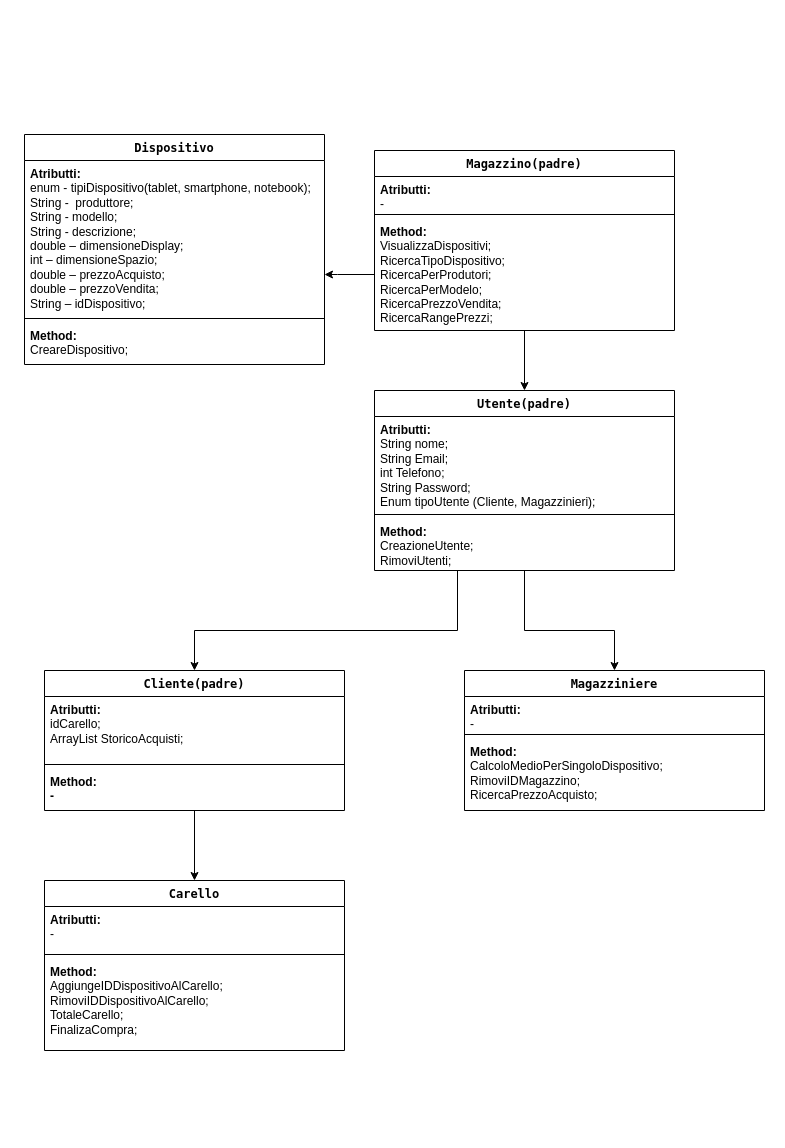
This is Diagramma senza titolo.drawio from dudinhab/progetto2-team3Develhope, a draw.io file, before an edit. Source tidied: cells renumbered, new cells numbered last; positions are measured from the earlier drawing's top-left corner, leaving out a move shared by most shapes. Both pictures are drawn from the tidied source at 100%, with x=0, y=0 at pixel (24, 134).
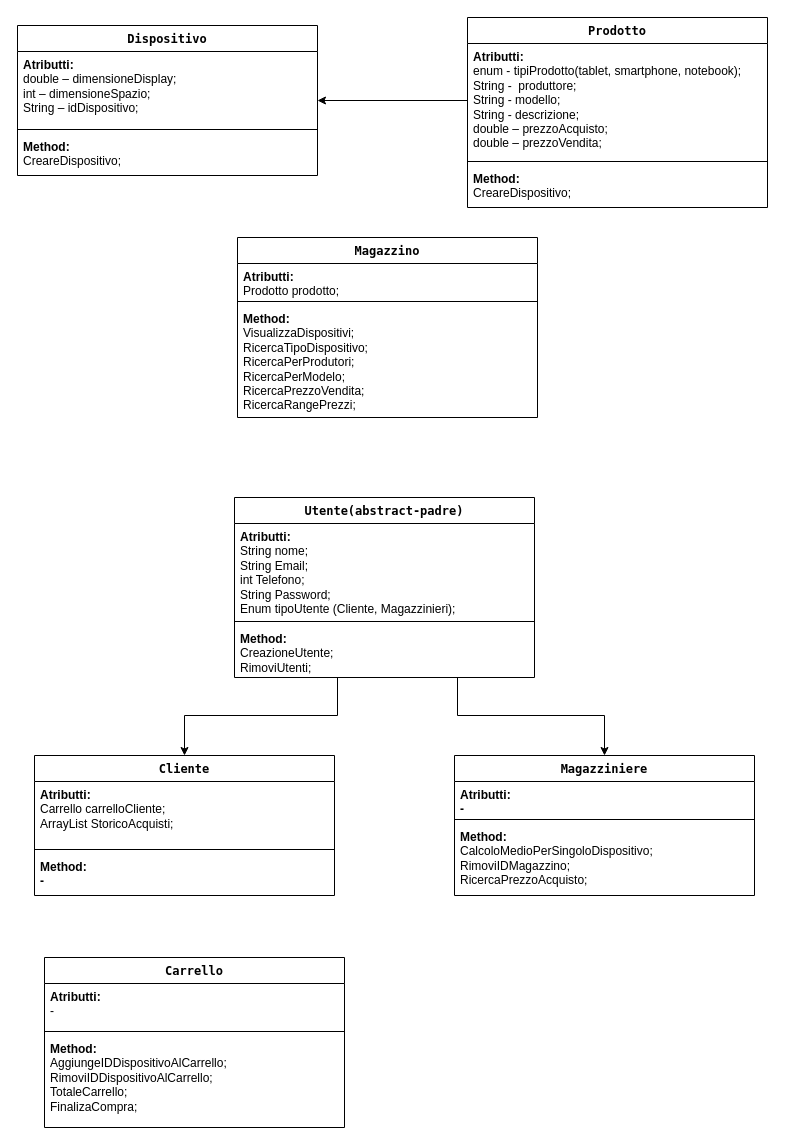
Above is the later version.

The change refers to these unchanged cells:
```xml
<mxCell id="6" value="&lt;b&gt;Method:&amp;nbsp;&lt;/b&gt;&lt;div&gt;VisualizzaDispositivi;&amp;nbsp;&lt;br&gt;RicercaTipoDispositivo;&amp;nbsp;&lt;br&gt;RicercaPerProdutori;&amp;nbsp;&lt;br&gt;RicercaPerModelo;&amp;nbsp;&lt;br&gt;RicercaPrezzoVendita;&lt;br&gt;RicercaRangePrezzi;&amp;nbsp;&lt;br&gt;&lt;/div&gt;" style="text;strokeColor=none;fillColor=none;align=left;verticalAlign=top;spacingLeft=4;spacingRight=4;overflow=hidden;points=[[0,0.5],[1,0.5]];portConstraint=eastwest;whiteSpace=wrap;html=1;" parent="3" vertex="1">
  <mxGeometry y="68" width="300" height="112" as="geometry" />
</mxCell>
```

The edit, as a diff of the source:
```diff
@@
-    <mxCell id="2" style="edgeStyle=orthogonalEdgeStyle;rounded=0;jettySize=auto;html=1;" parent="1" edge="1" source="3" target="17">
-      <mxGeometry relative="1" as="geometry" />
-    </mxCell>
-    <mxCell id="3" value="&lt;font face=&quot;Lucida Console&quot;&gt;Magazzino(&lt;/font&gt;&lt;span style=&quot;font-family: &amp;quot;Lucida Console&amp;quot;;&quot;&gt;padre)&lt;/span&gt;" style="swimlane;fontStyle=1;align=center;verticalAlign=top;horizontal=1;startSize=26;whiteSpace=wrap;html=1;" parent="1" vertex="1">
-      <mxGeometry x="350" y="16" width="300" height="180" as="geometry" />
+    <mxCell id="3" value="&lt;font face=&quot;Lucida Console&quot;&gt;Magazzino&lt;/font&gt;" style="swimlane;fontStyle=1;align=center;verticalAlign=top;horizontal=1;startSize=26;whiteSpace=wrap;html=1;" parent="1" vertex="1">
+      <mxGeometry x="213" y="103" width="300" height="180" as="geometry" />
     </mxCell>
-    <mxCell id="4" value="&lt;b&gt;Atributti:&lt;/b&gt;&lt;div&gt;-&lt;/div&gt;" style="text;strokeColor=none;fillColor=none;align=left;verticalAlign=top;spacingLeft=4;spacingRight=4;overflow=hidden;whiteSpace=wrap;html=1;" parent="3" vertex="1">
+    <mxCell id="4" value="&lt;b&gt;Atributti:&lt;/b&gt;&lt;div&gt;Prodotto prodotto;&lt;/div&gt;" style="text;strokeColor=none;fillColor=none;align=left;verticalAlign=top;spacingLeft=4;spacingRight=4;overflow=hidden;whiteSpace=wrap;html=1;" parent="3" vertex="1">
       <mxGeometry y="26" width="300" height="34" as="geometry" />
     </mxCell>
@@
     <mxCell id="7" value="&lt;font face=&quot;Lucida Console&quot;&gt;Dispositivo&lt;/font&gt;" style="swimlane;fontStyle=1;align=center;verticalAlign=top;horizontal=1;startSize=26;whiteSpace=wrap;html=1;" parent="1" vertex="1">
-      <mxGeometry width="300" height="230" as="geometry" />
+      <mxGeometry x="-7" y="-109" width="300" height="150" as="geometry" />
     </mxCell>
-    <mxCell id="8" value="&lt;b&gt;Atributti:&lt;/b&gt;&lt;div&gt;&lt;div&gt;enum - tipiDispositivo(tablet, smartphone, notebook);&amp;nbsp;&lt;/div&gt;&lt;div&gt;&lt;span style=&quot;background-color: initial;&quot;&gt;String -&amp;nbsp; produttore;&amp;nbsp;&lt;/span&gt;&lt;/div&gt;&lt;div&gt;String - modello;&amp;nbsp;&lt;/div&gt;&lt;div&gt;String - descrizione;&amp;nbsp;&lt;/div&gt;&lt;div&gt;double – dimensioneDisplay;&amp;nbsp;&lt;/div&gt;&lt;div&gt;int – dimensioneSpazio;&amp;nbsp;&lt;/div&gt;&lt;div&gt;double – prezzoAcquisto;&amp;nbsp;&lt;/div&gt;&lt;div&gt;double – prezzoVendita;&amp;nbsp;&lt;/div&gt;&lt;div&gt;String – idDispositivo;&amp;nbsp;&lt;/div&gt;&lt;/div&gt;" style="text;strokeColor=none;fillColor=none;align=left;verticalAlign=top;spacingLeft=4;spacingRight=4;overflow=hidden;whiteSpace=wrap;html=1;" parent="7" vertex="1">
-      <mxGeometry y="26" width="300" height="154" as="geometry" />
+    <mxCell id="8" value="&lt;b&gt;Atributti:&lt;/b&gt;&lt;div&gt;&lt;div&gt;double – dimensioneDisplay;&amp;nbsp;&lt;/div&gt;&lt;div&gt;int – dimensioneSpazio;&lt;/div&gt;&lt;div&gt;&lt;span style=&quot;background-color: initial;&quot;&gt;String – idDispositivo;&lt;/span&gt;&amp;nbsp;&lt;/div&gt;&lt;/div&gt;" style="text;strokeColor=none;fillColor=none;align=left;verticalAlign=top;spacingLeft=4;spacingRight=4;overflow=hidden;whiteSpace=wrap;html=1;" parent="7" vertex="1">
+      <mxGeometry y="26" width="300" height="74" as="geometry" />
     </mxCell>
     <mxCell id="9" style="line;strokeWidth=1;fillColor=none;align=left;verticalAlign=middle;spacingTop=-1;spacingLeft=3;spacingRight=3;labelPosition=right;strokeColor=inherit;" parent="7" vertex="1">
-      <mxGeometry y="180" width="300" height="8" as="geometry" />
+      <mxGeometry y="100" width="300" height="8" as="geometry" />
     </mxCell>
     <mxCell id="10" value="&lt;b&gt;Method:&amp;nbsp;&lt;/b&gt;&lt;div&gt;CreareDispositivo;&amp;nbsp;&lt;br&gt;&lt;/div&gt;" style="text;strokeColor=none;fillColor=none;align=left;verticalAlign=top;spacingLeft=4;spacingRight=4;overflow=hidden;whiteSpace=wrap;html=1;" parent="7" vertex="1">
-      <mxGeometry y="188" width="300" height="42" as="geometry" />
+      <mxGeometry y="108" width="300" height="42" as="geometry" />
     </mxCell>
-    <mxCell id="11" value="&lt;font face=&quot;Lucida Console&quot;&gt;Carello&lt;/font&gt;" style="swimlane;fontStyle=1;align=center;verticalAlign=top;horizontal=1;startSize=26;whiteSpace=wrap;html=1;" parent="1" vertex="1">
-      <mxGeometry x="20" y="746" width="300" height="170" as="geometry" />
+    <mxCell id="11" value="&lt;font face=&quot;Lucida Console&quot;&gt;Carrello&lt;/font&gt;" style="swimlane;fontStyle=1;align=center;verticalAlign=top;horizontal=1;startSize=26;whiteSpace=wrap;html=1;" parent="1" vertex="1">
+      <mxGeometry x="20" y="823" width="300" height="170" as="geometry" />
     </mxCell>
@@
-    <mxCell id="14" value="&lt;b&gt;Method:&amp;nbsp;&lt;/b&gt;&lt;div&gt;&lt;div&gt;AggiungeIDDispositivoAlCarello;&lt;/div&gt;&lt;div&gt;RimoviIDDispositivoAlCarello;&amp;nbsp;&lt;/div&gt;&lt;div&gt;TotaleCarello;&amp;nbsp;&lt;/div&gt;&lt;div&gt;FinalizaCompra;&amp;nbsp;&lt;/div&gt;&lt;/div&gt;" style="text;strokeColor=none;fillColor=none;align=left;verticalAlign=top;spacingLeft=4;spacingRight=4;overflow=hidden;whiteSpace=wrap;html=1;" parent="11" vertex="1">
+    <mxCell id="14" value="&lt;b&gt;Method:&amp;nbsp;&lt;/b&gt;&lt;div&gt;&lt;div&gt;AggiungeIDDispositivoAlCarrello;&lt;/div&gt;&lt;div&gt;RimoviIDDispositivoAlCarrello;&amp;nbsp;&lt;/div&gt;&lt;div&gt;TotaleCarrello;&amp;nbsp;&lt;/div&gt;&lt;div&gt;FinalizaCompra;&amp;nbsp;&lt;/div&gt;&lt;/div&gt;" style="text;strokeColor=none;fillColor=none;align=left;verticalAlign=top;spacingLeft=4;spacingRight=4;overflow=hidden;whiteSpace=wrap;html=1;" parent="11" vertex="1">
       <mxGeometry y="78" width="300" height="92" as="geometry" />
     </mxCell>
     <mxCell id="15" style="edgeStyle=orthogonalEdgeStyle;rounded=0;jettySize=auto;html=1;" parent="1" edge="1" source="17" target="22">
       <mxGeometry relative="1" as="geometry">
         <Array as="points">
-          <mxPoint x="433" y="496" />
-          <mxPoint x="170" y="496" />
+          <mxPoint x="313" y="581" />
+          <mxPoint x="160" y="581" />
         </Array>
       </mxGeometry>
     </mxCell>
     <mxCell id="16" style="edgeStyle=orthogonalEdgeStyle;rounded=0;jettySize=auto;html=1;entryX=0.5;entryY=0;entryDx=0;entryDy=0;" parent="1" edge="1" source="17" target="26">
       <mxGeometry relative="1" as="geometry">
         <Array as="points">
-          <mxPoint x="500" y="496" />
-          <mxPoint x="590" y="496" />
+          <mxPoint x="433" y="581" />
+          <mxPoint x="580" y="581" />
         </Array>
       </mxGeometry>
     </mxCell>
-    <mxCell id="17" value="&lt;font face=&quot;Lucida Console&quot;&gt;Utente(padre)&lt;/font&gt;" style="swimlane;fontStyle=1;align=center;verticalAlign=top;horizontal=1;startSize=26;whiteSpace=wrap;html=1;" parent="1" vertex="1">
-      <mxGeometry x="350" y="256" width="300" height="180" as="geometry" />
+    <mxCell id="17" value="&lt;font face=&quot;Lucida Console&quot;&gt;Utente(abstract-padre)&lt;/font&gt;" style="swimlane;fontStyle=1;align=center;verticalAlign=top;horizontal=1;startSize=26;whiteSpace=wrap;html=1;" parent="1" vertex="1">
+      <mxGeometry x="210" y="363" width="300" height="180" as="geometry" />
     </mxCell>
@@
-    <mxCell id="21" style="edgeStyle=orthogonalEdgeStyle;rounded=0;jettySize=auto;html=1;" parent="1" edge="1" source="22" target="11">
-      <mxGeometry relative="1" as="geometry" />
-    </mxCell>
-    <mxCell id="22" value="&lt;font face=&quot;Lucida Console&quot;&gt;Cliente(&lt;/font&gt;&lt;span style=&quot;font-family: &amp;quot;Lucida Console&amp;quot;;&quot;&gt;padre)&lt;/span&gt;" style="swimlane;fontStyle=1;align=center;verticalAlign=top;horizontal=1;startSize=26;whiteSpace=wrap;html=1;" parent="1" vertex="1">
-      <mxGeometry x="20" y="536" width="300" height="140" as="geometry" />
+    <mxCell id="22" value="&lt;font face=&quot;Lucida Console&quot;&gt;Cliente&lt;/font&gt;" style="swimlane;fontStyle=1;align=center;verticalAlign=top;horizontal=1;startSize=26;whiteSpace=wrap;html=1;" parent="1" vertex="1">
+      <mxGeometry x="10" y="621" width="300" height="140" as="geometry" />
     </mxCell>
-    <mxCell id="23" value="&lt;b&gt;Atributti:&lt;/b&gt;&lt;div&gt;idCarello;&lt;br&gt;&lt;/div&gt;&lt;div&gt;ArrayList StoricoAcquisti;&lt;br&gt;&lt;/div&gt;" style="text;strokeColor=none;fillColor=none;align=left;verticalAlign=top;spacingLeft=4;spacingRight=4;overflow=hidden;whiteSpace=wrap;html=1;" parent="22" vertex="1">
+    <mxCell id="23" value="&lt;b&gt;Atributti:&lt;/b&gt;&lt;div&gt;Carrello carrelloCliente;&lt;br&gt;&lt;/div&gt;&lt;div&gt;ArrayList StoricoAcquisti;&lt;br&gt;&lt;/div&gt;" style="text;strokeColor=none;fillColor=none;align=left;verticalAlign=top;spacingLeft=4;spacingRight=4;overflow=hidden;whiteSpace=wrap;html=1;" parent="22" vertex="1">
       <mxGeometry y="26" width="300" height="64" as="geometry" />
     </mxCell>
@@
     <mxCell id="26" value="&lt;font face=&quot;Lucida Console&quot;&gt;Magazziniere&lt;/font&gt;" style="swimlane;fontStyle=1;align=center;verticalAlign=top;horizontal=1;startSize=26;whiteSpace=wrap;html=1;" parent="1" vertex="1">
-      <mxGeometry x="440" y="536" width="300" height="140" as="geometry" />
+      <mxGeometry x="430" y="621" width="300" height="140" as="geometry" />
     </mxCell>
-    <mxCell id="27" value="&lt;b&gt;Atributti:&lt;/b&gt;&lt;div&gt;-&lt;/div&gt;" style="text;strokeColor=none;fillColor=none;align=left;verticalAlign=top;spacingLeft=4;spacingRight=4;overflow=hidden;whiteSpace=wrap;html=1;" parent="26" vertex="1">
+    <mxCell id="27" value="&lt;b&gt;Atributti:&lt;/b&gt;&lt;div&gt;&lt;b&gt;-&lt;/b&gt;&lt;/div&gt;" style="text;strokeColor=none;fillColor=none;align=left;verticalAlign=top;spacingLeft=4;spacingRight=4;overflow=hidden;whiteSpace=wrap;html=1;" parent="26" vertex="1">
       <mxGeometry y="26" width="300" height="34" as="geometry" />
     </mxCell>
@@
-    <mxCell id="30" style="edgeStyle=orthogonalEdgeStyle;rounded=0;jettySize=auto;html=1;" parent="1" edge="1" source="6" target="7">
-      <mxGeometry relative="1" as="geometry">
-        <Array as="points">
-          <mxPoint x="313" y="140" />
-          <mxPoint x="313" y="140" />
-        </Array>
-      </mxGeometry>
-    </mxCell>
+    <mxCell id="31" value="&lt;font face=&quot;Lucida Console&quot;&gt;Prodotto&lt;/font&gt;" style="swimlane;fontStyle=1;align=center;verticalAlign=top;horizontal=1;startSize=26;whiteSpace=wrap;html=1;" parent="1" vertex="1">
+      <mxGeometry x="443" y="-117" width="300" height="190" as="geometry" />
+    </mxCell>
+    <mxCell id="32" value="&lt;b&gt;Atributti:&lt;/b&gt;&lt;div&gt;&lt;div&gt;enum - tipiProdotto(tablet, smartphone, notebook);&amp;nbsp;&lt;/div&gt;&lt;div&gt;&lt;span style=&quot;background-color: initial;&quot;&gt;String -&amp;nbsp; produttore;&amp;nbsp;&lt;/span&gt;&lt;/div&gt;&lt;div&gt;String - modello;&amp;nbsp;&lt;/div&gt;&lt;div&gt;String - descrizione;&amp;nbsp;&lt;/div&gt;&lt;div&gt;double – prezzoAcquisto;&amp;nbsp;&lt;/div&gt;&lt;div&gt;double – prezzoVendita;&amp;nbsp;&lt;/div&gt;&lt;div&gt;&amp;nbsp;&lt;/div&gt;&lt;/div&gt;" style="text;strokeColor=none;fillColor=none;align=left;verticalAlign=top;spacingLeft=4;spacingRight=4;overflow=hidden;points=[[0,0.5],[1,0.5]];portConstraint=eastwest;whiteSpace=wrap;html=1;" parent="31" vertex="1">
+      <mxGeometry y="26" width="300" height="114" as="geometry" />
+    </mxCell>
+    <mxCell id="33" style="line;strokeWidth=1;fillColor=none;align=left;verticalAlign=middle;spacingTop=-1;spacingLeft=3;spacingRight=3;labelPosition=right;strokeColor=inherit;" parent="31" vertex="1">
+      <mxGeometry y="140" width="300" height="8" as="geometry" />
+    </mxCell>
+    <mxCell id="34" value="&lt;b&gt;Method:&amp;nbsp;&lt;/b&gt;&lt;div&gt;CreareDispositivo;&amp;nbsp;&lt;br&gt;&lt;/div&gt;" style="text;strokeColor=none;fillColor=none;align=left;verticalAlign=top;spacingLeft=4;spacingRight=4;overflow=hidden;whiteSpace=wrap;html=1;" parent="31" vertex="1">
+      <mxGeometry y="148" width="300" height="42" as="geometry" />
+    </mxCell>
+    <mxCell id="35" style="edgeStyle=orthogonalEdgeStyle;rounded=0;jettySize=auto;html=1;" parent="1" edge="1" source="32" target="7">
+      <mxGeometry relative="1" as="geometry" />
+    </mxCell>
```
